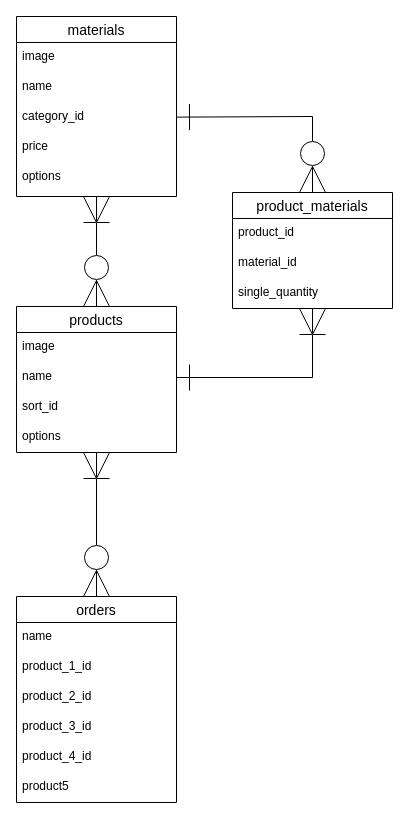
Before: ER.dio in yokichioshima/hayokaeru, a draw.io diagram. Source tidied: cells renumbered, new cells numbered last; positions are measured from the earlier drawing's top-left corner, leaving out a move shared by most shapes. Both pictures are drawn from the tidied source at 100%, with x=0, y=0 at pixel (16, 16).
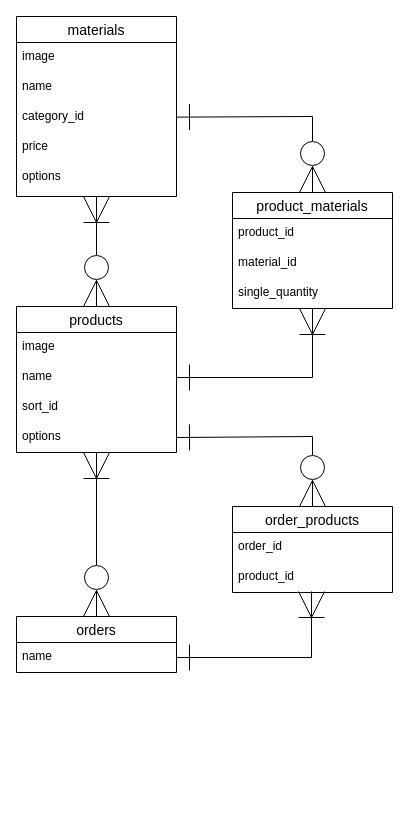
Above is the later version.

The change refers to these unchanged cells:
```xml
<mxCell id="14" value="options" style="text;strokeColor=none;fillColor=none;spacingLeft=4;spacingRight=4;overflow=hidden;points=[[0,0.5],[1,0.5]];portConstraint=eastwest;fontSize=12;" parent="10" vertex="1">
  <mxGeometry y="116" width="160" height="30" as="geometry" />
</mxCell>
```

What changed in the source:
```diff
@@
     <mxCell id="20" value="orders" style="swimlane;fontStyle=0;horizontal=1;startSize=26;align=center;fontSize=14;" parent="1" vertex="1">
-      <mxGeometry y="580" width="160" height="206" as="geometry" />
+      <mxGeometry y="600" width="160" height="56" as="geometry" />
     </mxCell>
-    <mxCell id="21" value="name" style="text;strokeColor=none;fillColor=none;spacingLeft=4;spacingRight=4;overflow=hidden;points=[[0,0.5],[1,0.5]];portConstraint=eastwest;fontSize=12;" parent="20" vertex="1">
+    <mxCell id="21" value="name" style="text;strokeColor=none;fillColor=none;spacingLeft=4;spacingRight=4;overflow=hidden;points=[[0,0.5],[1,0.5]];portConstraint=eastwest;fontSize=12;shadow=0;" parent="20" vertex="1">
       <mxGeometry y="26" width="160" height="30" as="geometry" />
     </mxCell>
-    <mxCell id="22" value="product_1_id" style="text;strokeColor=none;fillColor=none;spacingLeft=4;spacingRight=4;overflow=hidden;fontSize=12;" parent="20" vertex="1">
-      <mxGeometry y="56" width="160" height="30" as="geometry" />
-    </mxCell>
-    <mxCell id="23" value="product_2_id" style="text;strokeColor=none;fillColor=none;spacingLeft=4;spacingRight=4;overflow=hidden;fontSize=12;" parent="20" vertex="1">
-      <mxGeometry y="86" width="160" height="30" as="geometry" />
-    </mxCell>
-    <mxCell id="24" value="product_3_id" style="text;strokeColor=none;fillColor=none;spacingLeft=4;spacingRight=4;overflow=hidden;fontSize=12;" parent="20" vertex="1">
-      <mxGeometry y="116" width="160" height="30" as="geometry" />
-    </mxCell>
-    <mxCell id="25" value="product_4_id" style="text;strokeColor=none;fillColor=none;spacingLeft=4;spacingRight=4;overflow=hidden;fontSize=12;" parent="20" vertex="1">
-      <mxGeometry y="146" width="160" height="30" as="geometry" />
-    </mxCell>
-    <mxCell id="26" value="product5" style="text;strokeColor=none;fillColor=none;spacingLeft=4;spacingRight=4;overflow=hidden;fontSize=12;" parent="20" vertex="1">
-      <mxGeometry y="176" width="160" height="30" as="geometry" />
-    </mxCell>
@@
+    <mxCell id="28" value="order_products" style="swimlane;fontStyle=0;horizontal=1;startSize=26;align=center;fontSize=14;shadow=0;" parent="1" vertex="1">
+      <mxGeometry x="216" y="490" width="160" height="86" as="geometry" />
+    </mxCell>
+    <mxCell id="29" value="order_id" style="text;strokeColor=none;fillColor=none;spacingLeft=4;spacingRight=4;overflow=hidden;fontSize=12;shadow=0;" parent="28" vertex="1">
+      <mxGeometry y="26" width="160" height="30" as="geometry" />
+    </mxCell>
+    <mxCell id="30" value="product_id" style="text;strokeColor=none;fillColor=none;spacingLeft=4;spacingRight=4;overflow=hidden;points=[[0,0.5],[1,0.5]];portConstraint=eastwest;fontSize=12;shadow=0;" parent="28" vertex="1">
+      <mxGeometry y="56" width="160" height="30" as="geometry" />
+    </mxCell>
+    <mxCell id="31" style="edgeStyle=none;html=1;exitX=1;exitY=0.5;exitDx=0;exitDy=0;entryX=0.5;entryY=0;entryDx=0;entryDy=0;rounded=0;endArrow=ERzeroToMany;endFill=0;endSize=24;startSize=24;startArrow=ERone;startFill=0;" parent="1" edge="1" source="14" target="28">
+      <mxGeometry relative="1" as="geometry">
+        <Array as="points">
+          <mxPoint x="296" y="420" />
+        </Array>
+      </mxGeometry>
+    </mxCell>
+    <mxCell id="32" style="edgeStyle=none;rounded=0;html=1;startArrow=ERone;startFill=0;endArrow=ERoneToMany;endFill=0;startSize=24;endSize=24;entryX=0.494;entryY=0.967;entryDx=0;entryDy=0;entryPerimeter=0;" parent="1" edge="1" source="21" target="30">
+      <mxGeometry relative="1" as="geometry">
+        <Array as="points">
+          <mxPoint x="295" y="641" />
+        </Array>
+      </mxGeometry>
+    </mxCell>
```
